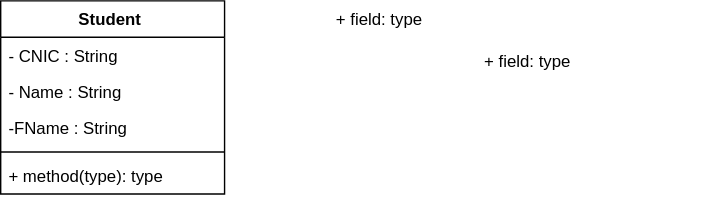
This is Class Diagram.drawio.svg from Zaeem6100/FYP-Documents, a draw.io export, as it was before one commit. Source tidied: cells renumbered, new cells last; positions are measured from the earlier drawing's top-left corner, leaving out a move shared by most shapes.
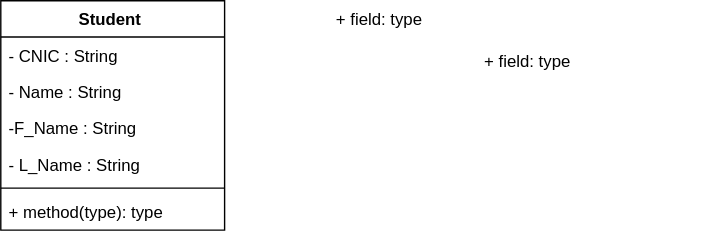
Above is the later version.

The edit, as a diff of the source:
```diff
@@ -3,7 +3,7 @@
     <mxCell id="0" />
     <mxCell id="1" parent="0" />
     <mxCell id="2" value="Student " style="swimlane;fontStyle=1;align=center;verticalAlign=top;horizontal=1;startSize=26;" parent="1" vertex="1">
-      <mxGeometry width="160" height="138" as="geometry" />
+      <mxGeometry width="160" height="164" as="geometry" />
     </mxCell>
     <mxCell id="3" value="- CNIC : String&#10; " style="text;strokeColor=none;fillColor=none;align=left;verticalAlign=top;spacingLeft=4;spacingRight=4;overflow=hidden;" parent="2" vertex="1">
       <mxGeometry y="26" width="160" height="26" as="geometry" />
@@ -11,14 +11,17 @@
     <mxCell id="4" value="- Name : String" style="text;strokeColor=none;fillColor=none;align=left;verticalAlign=top;spacingLeft=4;spacingRight=4;overflow=hidden;" parent="2" vertex="1">
       <mxGeometry y="52" width="160" height="26" as="geometry" />
     </mxCell>
-    <mxCell id="5" value="-FName : String" style="text;strokeColor=none;fillColor=none;align=left;verticalAlign=top;spacingLeft=4;spacingRight=4;overflow=hidden;" parent="2" vertex="1">
+    <mxCell id="5" value="-F_Name : String" style="text;strokeColor=none;fillColor=none;align=left;verticalAlign=top;spacingLeft=4;spacingRight=4;overflow=hidden;" parent="2" vertex="1">
       <mxGeometry y="78" width="160" height="26" as="geometry" />
     </mxCell>
+    <mxCell id="10" value="- L_Name : String" style="text;strokeColor=none;fillColor=none;align=left;verticalAlign=top;spacingLeft=4;spacingRight=4;overflow=hidden;" parent="2" vertex="1">
+      <mxGeometry y="104" width="160" height="26" as="geometry" />
+    </mxCell>
     <mxCell id="6" style="line;strokeWidth=1;fillColor=none;align=left;verticalAlign=middle;spacingTop=-1;spacingLeft=3;spacingRight=3;labelPosition=right;" parent="2" vertex="1">
-      <mxGeometry y="104" width="160" height="8" as="geometry" />
+      <mxGeometry y="130" width="160" height="8" as="geometry" />
     </mxCell>
     <mxCell id="7" value="+ method(type): type" style="text;strokeColor=none;fillColor=none;align=left;verticalAlign=top;spacingLeft=4;spacingRight=4;overflow=hidden;" parent="2" vertex="1">
-      <mxGeometry y="112" width="160" height="26" as="geometry" />
+      <mxGeometry y="138" width="160" height="26" as="geometry" />
     </mxCell>
     <mxCell id="8" value="+ field: type" style="text;strokeColor=none;fillColor=none;align=left;verticalAlign=top;spacingLeft=4;spacingRight=4;overflow=hidden;" parent="1" vertex="1">
       <mxGeometry x="340" y="30" width="160" height="26" as="geometry" />
```
